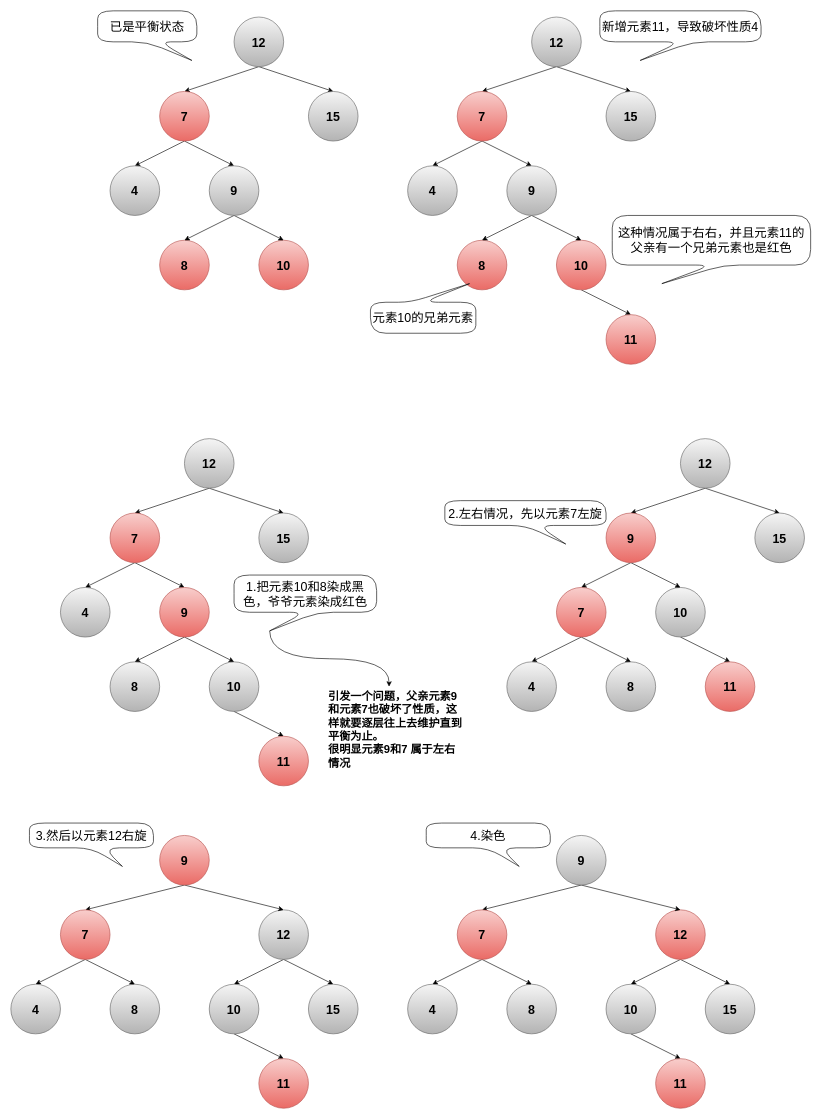
This is page "右右-伴有兄弟节点" (5 of 6) of typora/JavaSE/6 集合/drawio/HashMap/红黑树失衡情况.drawio from LDChing0321/JavaLearn, a draw.io file, before an edit. Source tidied: cells renumbered, new cells numbered last; positions are measured from the earlier drawing's top-left corner, leaving out a move shared by most shapes. Both pictures are drawn from the tidied source at 62%, with x=0, y=0 at pixel (11, 11).
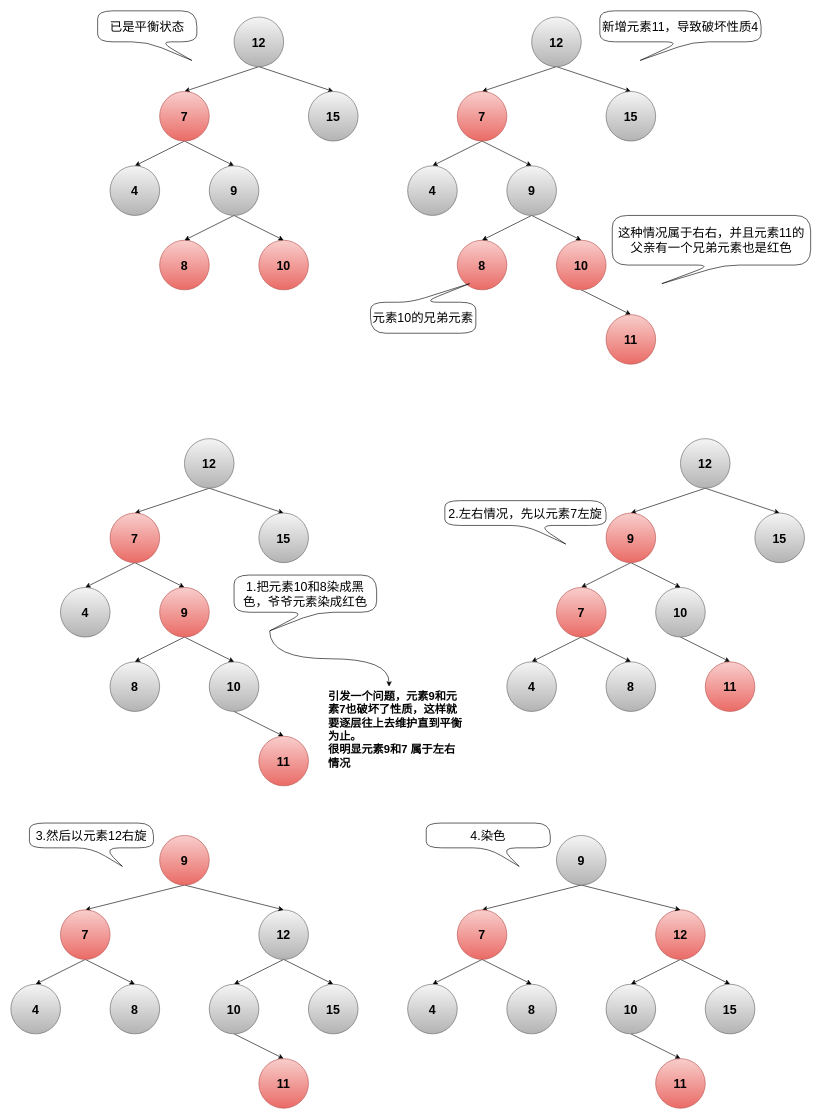
The same diagram, later.

Commit message:
更新红黑树失衡情况.drawio

The edit, as a diff of the source:
```diff
@@
-    <mxCell id="51" value="引发一个问题，父亲元素9和元素7也破坏了性质，这样就要逐层往上去维护直到平衡为止。&lt;br&gt;很明显元素9和7 属于左右情况" style="text;html=1;strokeColor=none;fillColor=none;align=left;verticalAlign=middle;whiteSpace=wrap;rounded=0;fontSize=18;fontStyle=1;" parent="1" vertex="1">
+    <mxCell id="51" value="引发一个问题，元素9和元素7也破坏了性质，这样就要逐层往上去维护直到平衡为止。&lt;br&gt;很明显元素9和7 属于左右情况" style="text;html=1;strokeColor=none;fillColor=none;align=left;verticalAlign=middle;whiteSpace=wrap;rounded=0;fontSize=18;fontStyle=1;" parent="1" vertex="1">
       <mxGeometry x="510" y="1140" width="220" height="40" as="geometry" />
     </mxCell>
```
